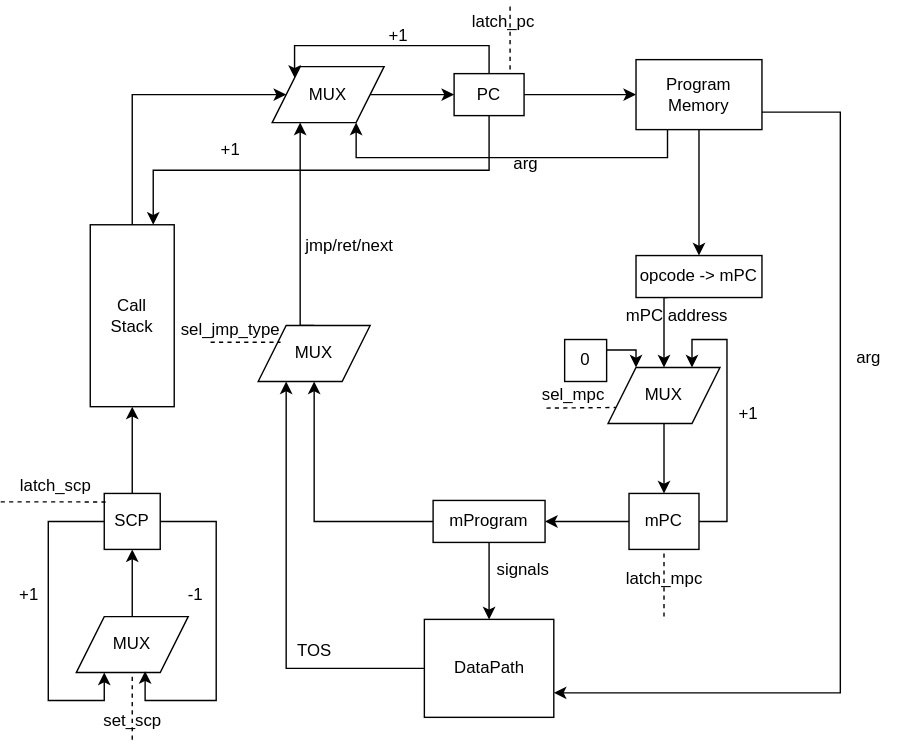
Above: schemes/ControlUnit.svg in stanislav-shchetinin/MyAsm (draw.io), before the change. Source tidied: cells renumbered, new cells last; positions are measured from the earlier drawing's top-left corner, leaving out a move shared by most shapes.
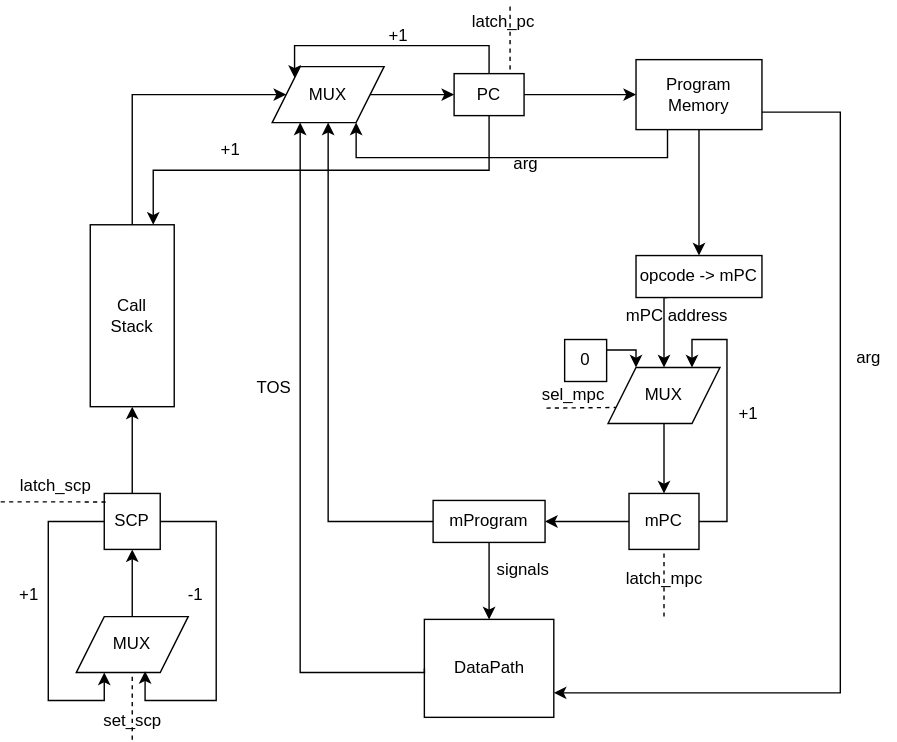
The same diagram one commit later.

The edit, as a diff of the source:
```diff
@@ -82,43 +82,35 @@
     <mxCell id="23" style="edgeStyle=orthogonalEdgeStyle;rounded=0;jettySize=auto;html=1;exitX=0.5;exitY=1;exitDx=0;exitDy=0;entryX=0.5;entryY=0;entryDx=0;entryDy=0;" parent="1" edge="1" source="25" target="28">
       <mxGeometry relative="1" as="geometry" />
     </mxCell>
-    <mxCell id="24" style="edgeStyle=orthogonalEdgeStyle;rounded=0;jettySize=auto;html=1;exitX=0;exitY=0.5;exitDx=0;exitDy=0;entryX=0.5;entryY=1;entryDx=0;entryDy=0;" parent="1" edge="1" source="25" target="31">
-      <mxGeometry relative="1" as="geometry" />
-    </mxCell>
+    <mxCell id="59" style="edgeStyle=orthogonalEdgeStyle;rounded=0;jettySize=auto;html=1;exitX=0;exitY=0.5;exitDx=0;exitDy=0;entryX=0.5;entryY=1;entryDx=0;entryDy=0;" parent="1" edge="1" source="25" target="13">
+      <mxGeometry relative="1" as="geometry" />
+    </mxCell>
     <mxCell id="25" value="mProgram" style="rounded=0;whiteSpace=wrap;html=1;" parent="1" vertex="1">
       <mxGeometry x="309" y="357" width="80" height="30" as="geometry" />
     </mxCell>
     <mxCell id="26" value="mPC address" style="text;html=1;align=center;verticalAlign=middle;strokeColor=none;fillColor=none;" parent="1" vertex="1">
       <mxGeometry x="433" y="210" width="100" height="30" as="geometry" />
     </mxCell>
-    <mxCell id="27" style="edgeStyle=orthogonalEdgeStyle;rounded=0;jettySize=auto;html=1;exitX=0;exitY=0.5;exitDx=0;exitDy=0;entryX=0.25;entryY=1;entryDx=0;entryDy=0;" parent="1" edge="1" source="28" target="31">
-      <mxGeometry relative="1" as="geometry" />
-    </mxCell>
     <mxCell id="28" value="DataPath" style="rounded=0;whiteSpace=wrap;html=1;" parent="1" vertex="1">
       <mxGeometry x="302.8" y="442" width="92.5" height="70" as="geometry" />
     </mxCell>
     <mxCell id="29" value="signals" style="text;html=1;align=center;verticalAlign=middle;strokeColor=none;fillColor=none;" parent="1" vertex="1">
       <mxGeometry x="343" y="392" width="60" height="30" as="geometry" />
     </mxCell>
-    <mxCell id="30" style="edgeStyle=orthogonalEdgeStyle;rounded=0;jettySize=auto;html=1;exitX=0.5;exitY=0;exitDx=0;exitDy=0;entryX=0.25;entryY=1;entryDx=0;entryDy=0;" parent="1" edge="1" source="31" target="13">
+    <mxCell id="30" style="edgeStyle=orthogonalEdgeStyle;rounded=0;jettySize=auto;html=1;exitX=0;exitY=0.5;exitDx=0;exitDy=0;entryX=0.25;entryY=1;entryDx=0;entryDy=0;" parent="1" edge="1" source="28" target="13">
       <mxGeometry relative="1" as="geometry">
         <Array as="points">
-          <mxPoint x="214" y="232" />
+          <mxPoint x="303" y="480" />
+          <mxPoint x="214" y="480" />
         </Array>
       </mxGeometry>
     </mxCell>
-    <mxCell id="31" value="MUX" style="shape=parallelogram;perimeter=parallelogramPerimeter;whiteSpace=wrap;html=1;fixedSize=1;" parent="1" vertex="1">
-      <mxGeometry x="184" y="232" width="80" height="40" as="geometry" />
-    </mxCell>
     <mxCell id="32" value="TOS" style="text;html=1;align=center;verticalAlign=middle;strokeColor=none;fillColor=none;" parent="1" vertex="1">
-      <mxGeometry x="199" y="450" width="50" height="30" as="geometry" />
+      <mxGeometry x="170" y="262" width="50" height="30" as="geometry" />
     </mxCell>
     <mxCell id="33" value="arg" style="text;html=1;align=center;verticalAlign=middle;strokeColor=none;fillColor=none;" parent="1" vertex="1">
       <mxGeometry x="355.2" y="102" width="40" height="30" as="geometry" />
     </mxCell>
-    <mxCell id="34" value="jmp/&lt;span style=&quot;background-color: initial;&quot;&gt;ret/next&lt;/span&gt;" style="text;html=1;align=center;verticalAlign=middle;strokeColor=none;fillColor=none;" parent="1" vertex="1">
-      <mxGeometry x="204" y="160" width="90" height="30" as="geometry" />
-    </mxCell>
     <mxCell id="35" style="edgeStyle=orthogonalEdgeStyle;rounded=0;jettySize=auto;html=1;exitX=0.5;exitY=0;exitDx=0;exitDy=0;entryX=0;entryY=0.5;entryDx=0;entryDy=0;" parent="1" edge="1" source="36" target="13">
       <mxGeometry relative="1" as="geometry">
         <Array as="points">
@@ -202,15 +194,6 @@
     <mxCell id="53" value="set_scp" style="text;html=1;align=center;verticalAlign=middle;strokeColor=none;fillColor=none;" parent="1" vertex="1">
       <mxGeometry x="64" y="500" width="60" height="30" as="geometry" />
     </mxCell>
-    <mxCell id="54" style="endArrow=none;dashed=1;html=1;rounded=0;entryX=0;entryY=0.75;entryDx=0;entryDy=0;" parent="1" edge="1">
-      <mxGeometry relative="1" as="geometry">
-        <mxPoint x="150" y="244" as="sourcePoint" />
-        <mxPoint x="200" y="244" as="targetPoint" />
-      </mxGeometry>
-    </mxCell>
-    <mxCell id="55" value="sel_jmp_type" style="text;html=1;align=center;verticalAlign=middle;strokeColor=none;fillColor=none;" parent="1" vertex="1">
-      <mxGeometry x="119" y="220" width="90" height="30" as="geometry" />
-    </mxCell>
     <mxCell id="56" style="endArrow=none;dashed=1;html=1;rounded=0;entryX=0.5;entryY=1;entryDx=0;entryDy=0;" parent="1" edge="1">
       <mxGeometry relative="1" as="geometry">
         <mxPoint x="364" y="49" as="sourcePoint" />
```
